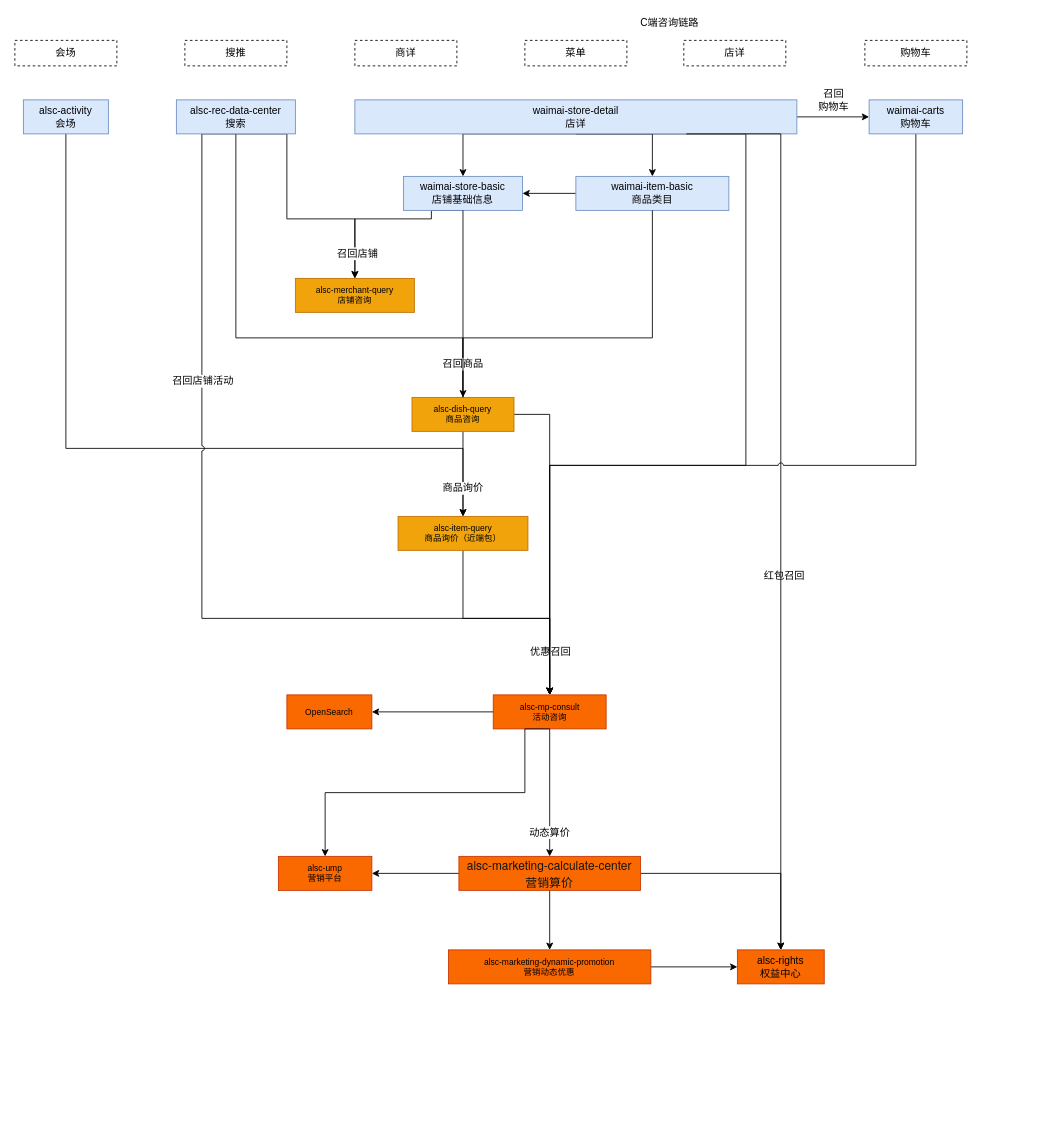
Earlier version of the draw.io diagram page "C端导购链路" (3 of 4) of 营销业务梳理.drawio (jon-kong/draw.io). Source tidied: cells renumbered, new cells numbered last; positions are measured from the earlier drawing's top-left corner, leaving out a move shared by most shapes. Both pictures are drawn from the tidied source at 85%, with x=0, y=0 at pixel (14, 14).
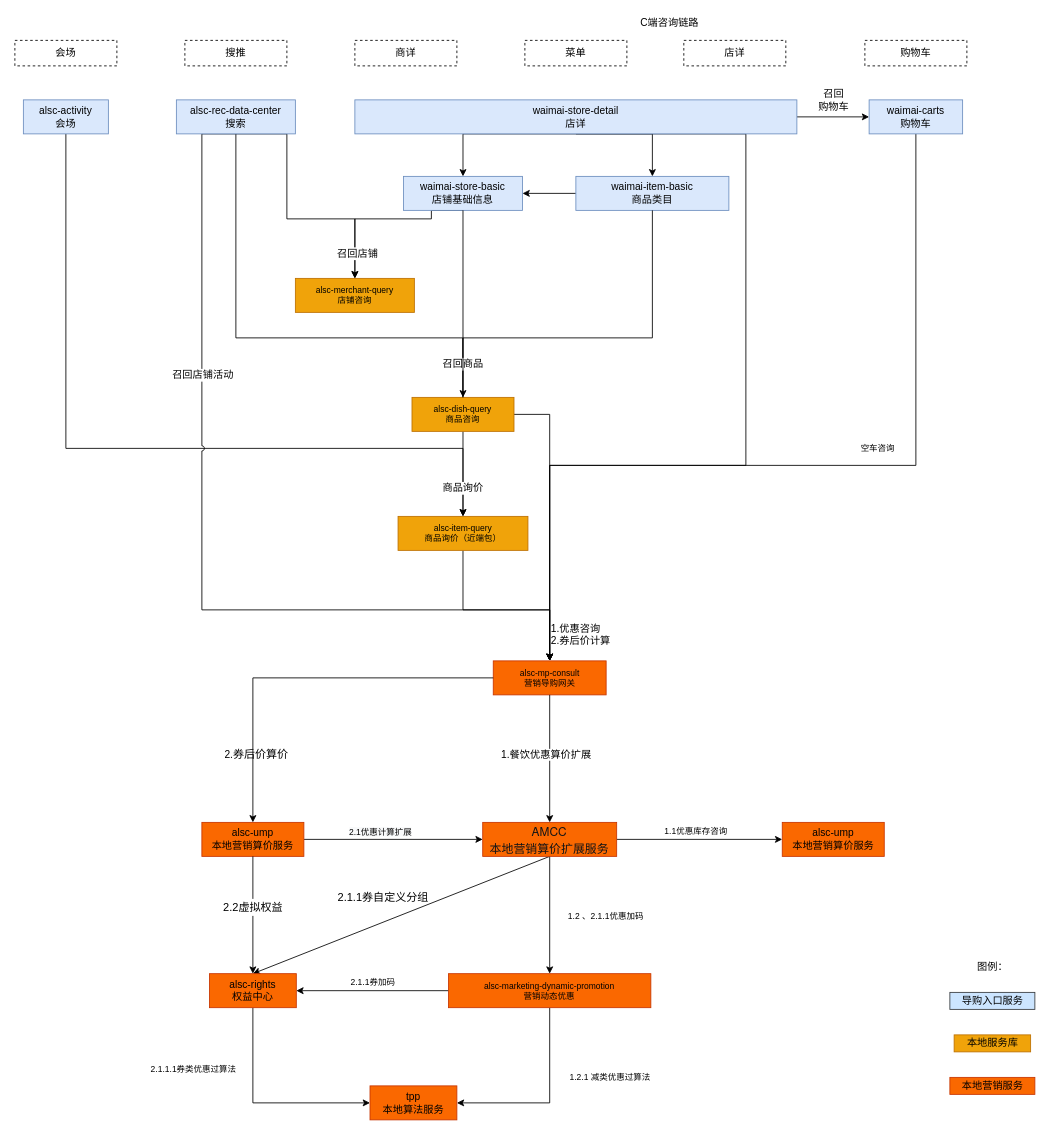
After the change.

Unchanged cells that the change refers to:
```xml
<mxCell id="12" style="edgeStyle=orthogonalEdgeStyle;rounded=0;jettySize=auto;html=1;entryX=0.5;entryY=0;entryDx=0;entryDy=0;fontSize=12;exitX=0.5;exitY=1;exitDx=0;exitDy=0;" parent="1" edge="1" source="17" target="4">
  <mxGeometry relative="1" as="geometry">
    <Array as="points">
      <mxPoint x="860" y="140" />
      <mxPoint x="860" y="530" />
      <mxPoint x="629" y="530" />
    </Array>
  </mxGeometry>
</mxCell>
<mxCell id="17" value="waimai-store-detail&lt;br&gt;店详" style="rounded=0;whiteSpace=wrap;html=1;fillColor=#dae8fc;strokeColor=#6c8ebf;" parent="1" vertex="1">
  <mxGeometry x="400" y="100" width="520" height="40" as="geometry" />
</mxCell>
<mxCell id="21" value="alsc-item-query&lt;br&gt;商品询价（近端包）" style="rounded=0;fontSize=10;labelBackgroundColor=none;html=1;whiteSpace=wrap;fillColor=#f0a30a;strokeColor=#BD7000;fontColor=#000000;" parent="1" vertex="1">
  <mxGeometry x="450.8" y="590" width="152.8" height="40" as="geometry" />
</mxCell>
<mxCell id="50" value="alsc-rec-data-center&lt;br&gt;搜索" style="rounded=0;whiteSpace=wrap;html=1;fillColor=#dae8fc;strokeColor=#6c8ebf;" parent="1" vertex="1">
  <mxGeometry x="190" y="100" width="140" height="40" as="geometry" />
</mxCell>
```

The edit, as a diff of the source:
```diff
@@
-    <mxCell id="2" style="edgeStyle=orthogonalEdgeStyle;rounded=0;jettySize=auto;html=1;exitX=1;exitY=0.5;exitDx=0;exitDy=0;fontSize=12;entryX=0;entryY=0.5;entryDx=0;entryDy=0;" parent="1" edge="1" source="3" target="35">
+    <mxCell id="2" style="edgeStyle=orthogonalEdgeStyle;rounded=0;jettySize=auto;html=1;exitX=0;exitY=0.5;exitDx=0;exitDy=0;fontSize=12;entryX=1;entryY=0.5;entryDx=0;entryDy=0;" parent="1" edge="1" source="3" target="35">
       <mxGeometry relative="1" as="geometry" />
     </mxCell>
+    <mxCell id="55" style="edgeStyle=orthogonalEdgeStyle;rounded=0;sketch=0;jumpStyle=arc;jumpSize=6;jettySize=auto;html=1;exitX=0.5;exitY=1;exitDx=0;exitDy=0;entryX=1;entryY=0.5;entryDx=0;entryDy=0;shadow=0;fontSize=13;strokeColor=default;" parent="1" edge="1" source="3" target="63">
+      <mxGeometry relative="1" as="geometry" />
+    </mxCell>
     <mxCell id="3" value="alsc-marketing-dynamic-promotion&lt;br&gt;营销动态优惠" style="rounded=0;fontSize=10;labelBackgroundColor=none;html=1;whiteSpace=wrap;fillColor=#fa6800;strokeColor=#C73500;fontColor=#000000;" parent="1" vertex="1">
-      <mxGeometry x="510.2" y="1100" width="238" height="40" as="geometry" />
+      <mxGeometry x="510.2" y="1128" width="238" height="40" as="geometry" />
     </mxCell>
-    <mxCell id="4" value="alsc-mp-consult&lt;br&gt;活动咨询" style="rounded=0;fontSize=10;labelBackgroundColor=none;html=1;whiteSpace=wrap;fillColor=#fa6800;fontColor=#000000;strokeColor=#C73500;" parent="1" vertex="1">
-      <mxGeometry x="562.8" y="800" width="132.8" height="40" as="geometry" />
+    <mxCell id="4" value="alsc-mp-consult&lt;br&gt;营销导购网关" style="rounded=0;fontSize=10;labelBackgroundColor=none;html=1;whiteSpace=wrap;fillColor=#fa6800;fontColor=#000000;strokeColor=#C73500;" parent="1" vertex="1">
+      <mxGeometry x="562.8" y="760" width="132.8" height="40" as="geometry" />
     </mxCell>
@@
-    <mxCell id="13" value="优惠召回" style="edgeLabel;html=1;align=center;verticalAlign=middle;fontSize=12;" parent="12" vertex="1">
+    <mxCell id="13" value="1.优惠咨询&lt;br&gt;2.券后价计算" style="edgeLabel;html=1;align=left;verticalAlign=middle;fontSize=12;" parent="12" vertex="1">
       <mxGeometry x="-0.27" y="3" relative="1" as="geometry">
-        <mxPoint x="-234" y="410" as="offset" />
+        <mxPoint x="-234" y="404" as="offset" />
       </mxGeometry>
     </mxCell>
@@
     <mxCell id="20" style="edgeStyle=orthogonalEdgeStyle;rounded=0;jettySize=auto;html=1;exitX=0.5;exitY=1;exitDx=0;exitDy=0;entryX=0.5;entryY=0;entryDx=0;entryDy=0;fontSize=12;" parent="1" edge="1" source="21" target="4">
       <mxGeometry relative="1" as="geometry">
         <Array as="points">
-          <mxPoint x="527" y="710" />
-          <mxPoint x="629" y="710" />
+          <mxPoint x="527" y="700" />
+          <mxPoint x="629" y="700" />
         </Array>
       </mxGeometry>
     </mxCell>
@@
+    <mxCell id="56" style="edgeStyle=none;rounded=0;sketch=0;jumpStyle=arc;jumpSize=6;jettySize=auto;html=1;exitX=1;exitY=0.5;exitDx=0;exitDy=0;entryX=0;entryY=0.5;entryDx=0;entryDy=0;shadow=0;fontSize=13;strokeColor=default;" parent="1" edge="1" source="29" target="33">
+      <mxGeometry relative="1" as="geometry" />
+    </mxCell>
+    <mxCell id="57" value="&lt;span style=&quot;font-size: 10px ; background-color: rgb(248 , 249 , 250)&quot;&gt;2.1优惠计算扩展&lt;/span&gt;" style="edgeLabel;html=1;align=center;verticalAlign=middle;fontSize=10;" parent="56" vertex="1">
+      <mxGeometry x="-0.34" y="-5" relative="1" as="geometry">
+        <mxPoint x="20" y="-15" as="offset" />
+      </mxGeometry>
+    </mxCell>
-    <mxCell id="29" value="alsc-ump&lt;br&gt;营销平台" style="rounded=0;fontSize=10;labelBackgroundColor=none;html=1;whiteSpace=wrap;fillColor=#fa6800;fontColor=#000000;strokeColor=#C73500;" parent="1" vertex="1">
-      <mxGeometry x="310" y="990" width="110" height="40" as="geometry" />
+    <mxCell id="29" value="alsc-ump&lt;br style=&quot;font-size: 12px;&quot;&gt;本地营销算价服务" style="rounded=0;fontSize=12;labelBackgroundColor=none;html=1;whiteSpace=wrap;fillColor=#fa6800;fontColor=#000000;strokeColor=#C73500;" parent="1" vertex="1">
+      <mxGeometry x="220" y="950" width="120" height="40" as="geometry" />
     </mxCell>
-    <mxCell id="30" style="rounded=0;jettySize=auto;html=1;fontSize=12;entryX=1;entryY=0.5;entryDx=0;entryDy=0;exitX=0;exitY=0.5;exitDx=0;exitDy=0;edgeStyle=orthogonalEdgeStyle;" parent="1" edge="1" source="33" target="29">
+    <mxCell id="30" style="rounded=0;jettySize=auto;html=1;fontSize=12;entryX=0;entryY=0.5;entryDx=0;entryDy=0;exitX=1;exitY=0.5;exitDx=0;exitDy=0;" parent="1" edge="1" source="33" target="68">
       <mxGeometry relative="1" as="geometry" />
     </mxCell>
-    <mxCell id="31" style="rounded=0;jettySize=auto;html=1;exitX=1;exitY=0.5;exitDx=0;exitDy=0;entryX=0.5;entryY=0;entryDx=0;entryDy=0;fontSize=12;edgeStyle=orthogonalEdgeStyle;" parent="1" edge="1" source="33" target="35">
+    <mxCell id="31" style="rounded=0;jettySize=auto;html=1;exitX=0.5;exitY=1;exitDx=0;exitDy=0;entryX=0.5;entryY=0;entryDx=0;entryDy=0;fontSize=12;startArrow=none;" parent="1" edge="1" source="69" target="35">
       <mxGeometry relative="1" as="geometry" />
     </mxCell>
@@
+    <mxCell id="58" style="edgeStyle=none;rounded=0;sketch=0;jumpStyle=arc;jumpSize=6;jettySize=auto;html=1;exitX=0.5;exitY=1;exitDx=0;exitDy=0;entryX=0.5;entryY=0;entryDx=0;entryDy=0;shadow=0;fontSize=13;strokeColor=default;" parent="1" edge="1" source="33" target="35">
+      <mxGeometry relative="1" as="geometry" />
+    </mxCell>
-    <mxCell id="33" value="&lt;p class=&quot;p1&quot; style=&quot;margin: 0px ; font-stretch: normal ; font-size: 14px ; line-height: normal ; font-family: &amp;#34;helvetica neue&amp;#34; ; color: rgb(18 , 20 , 22)&quot;&gt;alsc-marketing-calculate-center&lt;/p&gt;&lt;p class=&quot;p1&quot; style=&quot;margin: 0px ; font-stretch: normal ; font-size: 14px ; line-height: normal ; font-family: &amp;#34;helvetica neue&amp;#34; ; color: rgb(18 , 20 , 22)&quot;&gt;营销算价&lt;/p&gt;" style="rounded=0;fontSize=10;labelBackgroundColor=none;html=1;whiteSpace=wrap;fillColor=#fa6800;fontColor=#000000;strokeColor=#C73500;" parent="1" vertex="1">
-      <mxGeometry x="522.4" y="990" width="213.6" height="40" as="geometry" />
+    <mxCell id="33" value="&lt;p class=&quot;p1&quot; style=&quot;margin: 0px ; font-stretch: normal ; font-size: 14px ; line-height: normal ; font-family: &amp;#34;helvetica neue&amp;#34; ; color: rgb(18 , 20 , 22)&quot;&gt;AMCC&lt;/p&gt;&lt;p class=&quot;p1&quot; style=&quot;margin: 0px ; font-stretch: normal ; font-size: 14px ; line-height: normal ; font-family: &amp;#34;helvetica neue&amp;#34; ; color: rgb(18 , 20 , 22)&quot;&gt;本地营销算价扩展服务&lt;/p&gt;" style="rounded=0;fontSize=10;labelBackgroundColor=none;html=1;whiteSpace=wrap;fillColor=#fa6800;fontColor=#000000;strokeColor=#C73500;" parent="1" vertex="1">
+      <mxGeometry x="550.4" y="950" width="157.6" height="40" as="geometry" />
     </mxCell>
-    <mxCell id="34" value="OpenSearch" style="rounded=0;fontSize=10;labelBackgroundColor=none;html=1;whiteSpace=wrap;fillColor=#fa6800;fontColor=#000000;strokeColor=#C73500;" parent="1" vertex="1">
-      <mxGeometry x="320" y="800" width="100" height="40" as="geometry" />
-    </mxCell>
+    <mxCell id="59" style="edgeStyle=orthogonalEdgeStyle;rounded=0;sketch=0;jumpStyle=arc;jumpSize=6;jettySize=auto;html=1;exitX=0.5;exitY=1;exitDx=0;exitDy=0;entryX=0;entryY=0.5;entryDx=0;entryDy=0;shadow=0;fontSize=13;strokeColor=default;" parent="1" edge="1" source="35" target="63">
+      <mxGeometry relative="1" as="geometry" />
+    </mxCell>
     <mxCell id="35" value="alsc-rights&lt;br style=&quot;font-size: 12px;&quot;&gt;权益中心" style="rounded=0;fontSize=12;labelBackgroundColor=none;html=1;whiteSpace=wrap;fillColor=#fa6800;fontColor=#000000;strokeColor=#C73500;" parent="1" vertex="1">
-      <mxGeometry x="850" y="1100" width="102.2" height="40" as="geometry" />
+      <mxGeometry x="228.9" y="1128" width="102.2" height="40" as="geometry" />
     </mxCell>
-    <mxCell id="36" style="endArrow=classic;html=1;rounded=0;fontSize=12;entryX=1;entryY=0.5;entryDx=0;entryDy=0;exitX=0;exitY=0.5;exitDx=0;exitDy=0;edgeStyle=orthogonalEdgeStyle;" parent="1" edge="1" source="4" target="34">
-      <mxGeometry relative="1" as="geometry" />
-    </mxCell>
-    <mxCell id="37" style="endArrow=classic;html=1;rounded=0;fontSize=12;exitX=0.5;exitY=1;exitDx=0;exitDy=0;entryX=0.5;entryY=0;entryDx=0;entryDy=0;edgeStyle=orthogonalEdgeStyle;" parent="1" edge="1" source="4" target="29">
-      <mxGeometry relative="1" as="geometry">
-        <Array as="points">
-          <mxPoint x="600" y="840" />
-          <mxPoint x="600" y="915" />
-          <mxPoint x="365" y="915" />
-        </Array>
-      </mxGeometry>
+    <mxCell id="37" style="endArrow=classic;html=1;rounded=0;fontSize=12;exitX=0;exitY=0.5;exitDx=0;exitDy=0;entryX=0.5;entryY=0;entryDx=0;entryDy=0;edgeStyle=orthogonalEdgeStyle;" parent="1" edge="1" source="4" target="29">
+      <mxGeometry relative="1" as="geometry" />
     </mxCell>
-    <mxCell id="38" value="动态算价" style="endArrow=classic;html=1;rounded=0;fontSize=12;entryX=0.5;entryY=0;entryDx=0;entryDy=0;exitX=0.5;exitY=1;exitDx=0;exitDy=0;edgeStyle=orthogonalEdgeStyle;" parent="1" edge="1" source="4" target="33">
+    <mxCell id="38" style="endArrow=classic;html=1;rounded=0;fontSize=12;entryX=0.5;entryY=0;entryDx=0;entryDy=0;exitX=0.5;exitY=1;exitDx=0;exitDy=0;edgeStyle=orthogonalEdgeStyle;" parent="1" edge="1" source="4" target="33">
       <mxGeometry x="0.63" relative="1" as="geometry" />
     </mxCell>
-    <mxCell id="39" style="endArrow=classic;html=1;rounded=0;fontSize=12;exitX=0.75;exitY=1;exitDx=0;exitDy=0;entryX=0.5;entryY=0;entryDx=0;entryDy=0;edgeStyle=orthogonalEdgeStyle;jumpStyle=arc;jumpSize=6;sketch=0;shadow=0;" parent="1" edge="1" source="17" target="35">
-      <mxGeometry relative="1" as="geometry">
-        <Array as="points">
-          <mxPoint x="901" y="140" />
-        </Array>
-      </mxGeometry>
-    </mxCell>
@@
     <mxCell id="46" style="rounded=0;jettySize=auto;html=1;exitX=0.5;exitY=1;exitDx=0;exitDy=0;entryX=0.5;entryY=0;entryDx=0;entryDy=0;fontSize=12;edgeStyle=orthogonalEdgeStyle;jumpStyle=arc;strokeColor=default;" parent="1" edge="1" source="50" target="4">
       <mxGeometry relative="1" as="geometry">
         <Array as="points">
           <mxPoint x="220" y="140" />
-          <mxPoint x="220" y="710" />
-          <mxPoint x="629" y="710" />
+          <mxPoint x="220" y="700" />
+          <mxPoint x="629" y="700" />
         </Array>
       </mxGeometry>
     </mxCell>
@@
-    <mxCell id="54" value="红包召回" style="text;html=1;align=center;verticalAlign=middle;strokeColor=none;fillColor=none;fontSize=12;" parent="1" vertex="1">
-      <mxGeometry x="870" y="650" width="70" height="20" as="geometry" />
-    </mxCell>
+    <mxCell id="60" value="&lt;font style=&quot;font-size: 10px&quot;&gt;1.1优惠库存咨询&lt;/font&gt;" style="text;html=1;align=center;verticalAlign=middle;strokeColor=none;fillColor=none;fontSize=10;" parent="1" vertex="1">
+      <mxGeometry x="740.9" y="950" width="120" height="20" as="geometry" />
+    </mxCell>
+    <mxCell id="61" value="&lt;span style=&quot;font-size: 12px ; text-align: left ; background-color: rgb(255 , 255 , 255)&quot;&gt;2.&lt;/span&gt;券后价算价" style="text;html=1;align=center;verticalAlign=middle;strokeColor=none;fillColor=none;fontSize=13;" parent="1" vertex="1">
+      <mxGeometry x="233.9" y="860" width="100" height="20" as="geometry" />
+    </mxCell>
+    <mxCell id="62" value="&lt;span style=&quot;font-size: 12px ; background-color: rgb(255 , 255 , 255)&quot;&gt;1.餐饮优惠算价扩展&lt;/span&gt;" style="text;html=1;align=center;verticalAlign=middle;strokeColor=none;fillColor=none;fontSize=13;" parent="1" vertex="1">
+      <mxGeometry x="555.4" y="860" width="140" height="20" as="geometry" />
+    </mxCell>
+    <mxCell id="63" value="tpp&lt;br style=&quot;font-size: 12px&quot;&gt;本地算法服务" style="rounded=0;fontSize=12;labelBackgroundColor=none;html=1;whiteSpace=wrap;fillColor=#fa6800;fontColor=#000000;strokeColor=#C73500;" parent="1" vertex="1">
+      <mxGeometry x="417.8" y="1260" width="102.2" height="40" as="geometry" />
+    </mxCell>
+    <mxCell id="64" value="&lt;font style=&quot;font-size: 10px&quot;&gt;1.2.1 减类优惠过算法&lt;/font&gt;" style="text;html=1;align=center;verticalAlign=middle;strokeColor=none;fillColor=none;fontSize=10;" parent="1" vertex="1">
+      <mxGeometry x="625" y="1240" width="150" height="20" as="geometry" />
+    </mxCell>
+    <mxCell id="65" value="&lt;font style=&quot;font-size: 10px&quot;&gt;2.1.1.1券类优惠过算法&lt;/font&gt;" style="text;html=1;align=center;verticalAlign=middle;strokeColor=none;fillColor=none;fontSize=10;" parent="1" vertex="1">
+      <mxGeometry x="130" y="1230" width="160" height="20" as="geometry" />
+    </mxCell>
+    <mxCell id="66" value="&lt;font style=&quot;font-size: 10px&quot;&gt;2.1.1券加码&lt;/font&gt;" style="text;html=1;align=center;verticalAlign=middle;strokeColor=none;fillColor=none;fontSize=10;" parent="1" vertex="1">
+      <mxGeometry x="375.8" y="1128" width="90" height="20" as="geometry" />
+    </mxCell>
+    <mxCell id="67" value="&lt;font style=&quot;font-size: 10px&quot;&gt;1.2 、2.1.1优惠加码&lt;/font&gt;" style="text;html=1;align=center;verticalAlign=middle;strokeColor=none;fillColor=none;fontSize=10;" parent="1" vertex="1">
+      <mxGeometry x="625" y="1050" width="140" height="20" as="geometry" />
+    </mxCell>
+    <mxCell id="68" value="alsc-ump&lt;br style=&quot;font-size: 12px;&quot;&gt;本地营销算价服务" style="rounded=0;fontSize=12;labelBackgroundColor=none;html=1;whiteSpace=wrap;fillColor=#fa6800;fontColor=#000000;strokeColor=#C73500;" parent="1" vertex="1">
+      <mxGeometry x="902.8" y="950" width="120" height="40" as="geometry" />
+    </mxCell>
+    <mxCell id="69" value="2.2虚拟权益" style="text;html=1;align=center;verticalAlign=middle;points=[];strokeColor=none;fillColor=none;fontSize=13;" parent="1" vertex="1">
+      <mxGeometry x="235" y="1040" width="90" height="20" as="geometry" />
+    </mxCell>
+    <mxCell id="70" style="rounded=0;jettySize=auto;html=1;exitX=0.5;exitY=1;exitDx=0;exitDy=0;entryX=0.5;entryY=0;entryDx=0;entryDy=0;fontSize=12;endArrow=none;" parent="1" edge="1" source="29" target="69">
+      <mxGeometry relative="1" as="geometry" />
+    </mxCell>
+    <mxCell id="71" value="2.1.1券自定义分组" style="text;html=1;align=center;verticalAlign=middle;strokeColor=none;fillColor=none;fontSize=13;" parent="1" vertex="1">
+      <mxGeometry x="368" y="1028" width="130" height="20" as="geometry" />
+    </mxCell>
+    <mxCell id="72" value="本地营销服务" style="text;html=1;align=center;verticalAlign=middle;strokeColor=#C73500;fillColor=#fa6800;fontSize=12;fontColor=#000000;" parent="1" vertex="1">
+      <mxGeometry x="1100" y="1250" width="100" height="20" as="geometry" />
+    </mxCell>
+    <mxCell id="73" value="本地服务库" style="text;html=1;align=center;verticalAlign=middle;strokeColor=#BD7000;fillColor=#f0a30a;fontSize=12;fontColor=#000000;" parent="1" vertex="1">
+      <mxGeometry x="1105" y="1200" width="90" height="20" as="geometry" />
+    </mxCell>
+    <mxCell id="74" value="图例：" style="text;html=1;align=center;verticalAlign=middle;strokeColor=none;fillColor=none;fontSize=12;" parent="1" vertex="1">
+      <mxGeometry x="1120" y="1110" width="60" height="20" as="geometry" />
+    </mxCell>
+    <mxCell id="75" value="导购入口服务" style="text;html=1;align=center;verticalAlign=middle;strokeColor=#36393d;fillColor=#cce5ff;fontSize=12;" parent="1" vertex="1">
+      <mxGeometry x="1100" y="1150" width="100" height="20" as="geometry" />
+    </mxCell>
+    <mxCell id="76" value="空车咨询" style="text;html=1;align=center;verticalAlign=middle;strokeColor=none;fillColor=none;fontSize=10;" parent="1" vertex="1">
+      <mxGeometry x="980" y="500" width="70" height="20" as="geometry" />
+    </mxCell>
```
